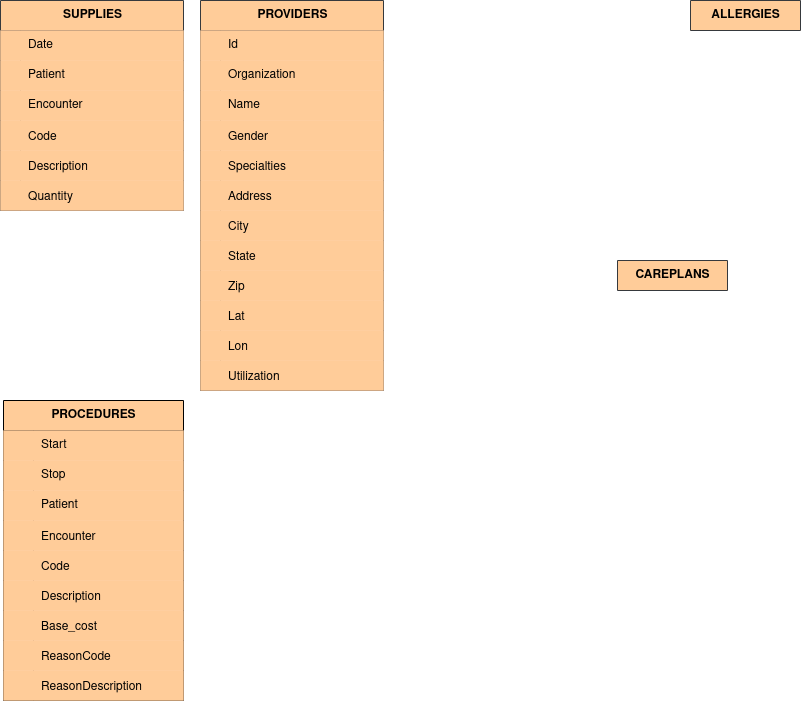
Earlier version of the draw.io export BigDataProject.drawio.png (UtsuroNoArashi/BigDataProject). Source tidied: cells renumbered, new cells last; positions are measured from the earlier drawing's top-left corner, leaving out a move shared by most shapes.
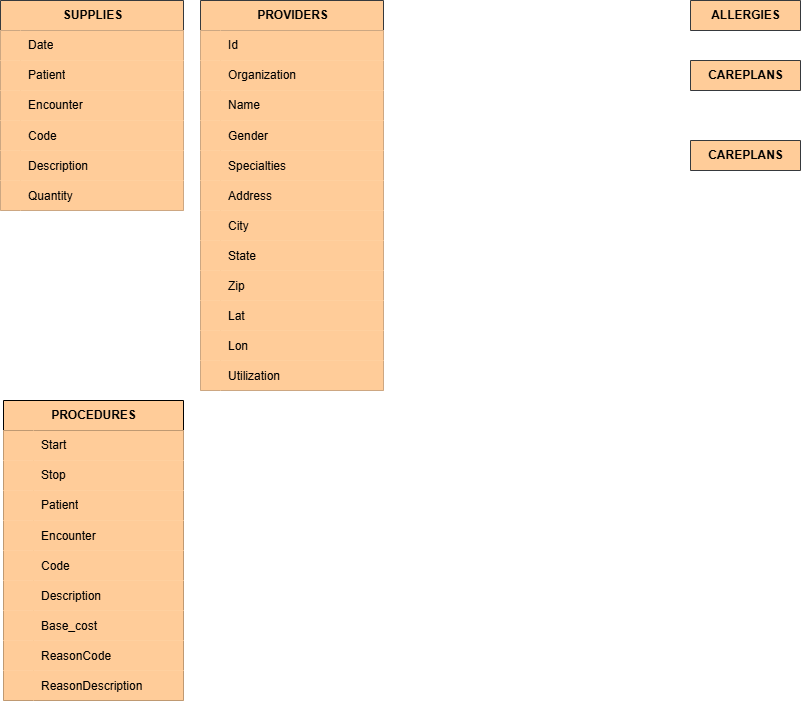
Above is the later version.

The edit, as a diff of the source:
```diff
@@ -258,7 +258,10 @@
       <mxGeometry x="30" width="150" height="30" as="geometry" />
     </mxCell>
     <mxCell id="87" value="CAREPLANS" style="shape=table;startSize=30;rowLines=0;fontStyle=1;align=center;html=1;fillColor=light-dark(#FFCC99,#B98351);strokeColor=light-dark(#36393D,#DDE2E4);fontColor=light-dark(#000000,#000000);" parent="1" vertex="1" collapsed="1">
-      <mxGeometry x="617" y="260" width="110" height="30" as="geometry" />
+      <mxGeometry x="690" y="60" width="110" height="30" as="geometry" />
     </mxCell>
+    <mxCell id="88" value="CAREPLANS" style="shape=table;startSize=30;rowLines=0;fontStyle=1;align=center;html=1;fillColor=light-dark(#FFCC99,#B98351);strokeColor=light-dark(#36393D,#DDE2E4);fontColor=light-dark(#000000,#000000);" parent="1" vertex="1" collapsed="1">
+      <mxGeometry x="690" y="140" width="110" height="30" as="geometry" />
+    </mxCell>
   </root>
 </mxGraphModel>
```
